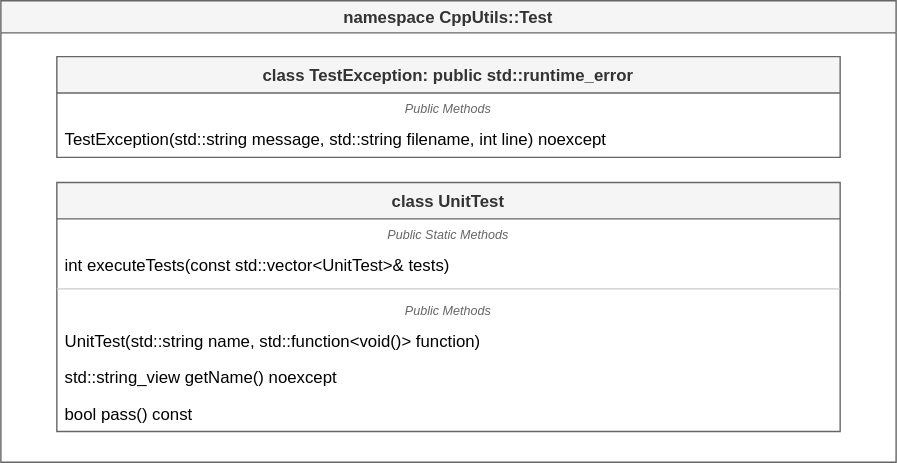
Above: Test/resources/Test.drawio.svg in MorganCaron/CppUtils (draw.io), before the change. Source tidied: cells renumbered, new cells last; positions are measured from the earlier drawing's top-left corner, leaving out a move shared by most shapes. The source it was exported from:
```xml
<mxGraphModel>
  <root>
    <mxCell id="0" />
    <mxCell id="1" parent="0" />
    <mxCell id="2" value="namespace CppUtils::Test" style="swimlane;swimlaneFillColor=#ffffff;labelBackgroundColor=none;fillColor=#f5f5f5;strokeColor=#666666;fontColor=#333333;" parent="1" vertex="1">
      <mxGeometry width="640" height="330" as="geometry" />
    </mxCell>
    <mxCell id="3" value="class TestException: public std::runtime_error" style="swimlane;fontStyle=1;align=center;verticalAlign=top;horizontal=1;startSize=26;swimlaneFillColor=#ffffff;shadow=0;glass=0;swimlaneLine=1;rounded=0;comic=0;labelBackgroundColor=none;fillColor=#f5f5f5;strokeColor=#666666;fontColor=#333333;" parent="2" vertex="1">
      <mxGeometry x="40" y="40" width="560" height="72" as="geometry" />
    </mxCell>
    <mxCell id="4" value="Public Methods" style="text;strokeColor=none;fillColor=none;align=center;verticalAlign=top;spacingLeft=4;spacingRight=4;overflow=hidden;fontStyle=2;fontSize=9;fontColor=#666666;spacing=2;" parent="3" vertex="1">
      <mxGeometry y="26" width="560" height="20" as="geometry" />
    </mxCell>
    <mxCell id="5" value="TestException(std::string message, std::string filename, int line) noexcept" style="text;strokeColor=none;fillColor=none;align=left;verticalAlign=top;spacingLeft=4;spacingRight=4;overflow=hidden;fontColor=#000000;" parent="3" vertex="1">
      <mxGeometry y="46" width="560" height="26" as="geometry" />
    </mxCell>
    <mxCell id="6" value="class UnitTest" style="swimlane;fontStyle=1;align=center;verticalAlign=top;horizontal=1;startSize=26;swimlaneFillColor=#ffffff;shadow=0;glass=0;swimlaneLine=1;rounded=0;comic=0;labelBackgroundColor=none;fillColor=#f5f5f5;strokeColor=#666666;fontColor=#333333;" parent="2" vertex="1">
      <mxGeometry x="40" y="130" width="560" height="178" as="geometry" />
    </mxCell>
    <mxCell id="7" value="Public Static Methods" style="text;strokeColor=none;fillColor=none;align=center;verticalAlign=top;spacingLeft=4;spacingRight=4;overflow=hidden;fontStyle=2;fontSize=9;fontColor=#666666;spacing=2;" parent="6" vertex="1">
      <mxGeometry y="26" width="560" height="20" as="geometry" />
    </mxCell>
    <mxCell id="8" value="int executeTests(const std::vector&lt;UnitTest&gt;&amp; tests)" style="text;strokeColor=none;fillColor=none;align=left;verticalAlign=top;spacingLeft=4;spacingRight=4;overflow=hidden;fontColor=#000000;" parent="6" vertex="1">
      <mxGeometry y="46" width="560" height="26" as="geometry" />
    </mxCell>
    <mxCell id="9" style="line;strokeWidth=1;fillColor=none;align=left;verticalAlign=middle;spacingTop=-1;spacingLeft=3;spacingRight=3;labelPosition=right;strokeColor=#CCCCCC;" parent="6" vertex="1">
      <mxGeometry y="72" width="560" height="8" as="geometry" />
    </mxCell>
    <mxCell id="10" value="Public Methods" style="text;strokeColor=none;fillColor=none;align=center;verticalAlign=top;spacingLeft=4;spacingRight=4;overflow=hidden;fontStyle=2;fontSize=9;fontColor=#666666;spacing=2;" parent="6" vertex="1">
      <mxGeometry y="80" width="560" height="20" as="geometry" />
    </mxCell>
    <mxCell id="11" value="UnitTest(std::string name, std::function&lt;void()&gt; function)" style="text;strokeColor=none;fillColor=none;align=left;verticalAlign=top;spacingLeft=4;spacingRight=4;overflow=hidden;fontColor=#000000;" parent="6" vertex="1">
      <mxGeometry y="100" width="560" height="26" as="geometry" />
    </mxCell>
    <mxCell id="12" value="std::string_view getName() noexcept" style="text;strokeColor=none;fillColor=none;align=left;verticalAlign=top;spacingLeft=4;spacingRight=4;overflow=hidden;fontColor=#000000;" parent="6" vertex="1">
      <mxGeometry y="126" width="560" height="26" as="geometry" />
    </mxCell>
    <mxCell id="13" value="bool pass() const" style="text;strokeColor=none;fillColor=none;align=left;verticalAlign=top;spacingLeft=4;spacingRight=4;overflow=hidden;fontColor=#000000;" parent="6" vertex="1">
      <mxGeometry y="152" width="560" height="26" as="geometry" />
    </mxCell>
  </root>
</mxGraphModel>
```
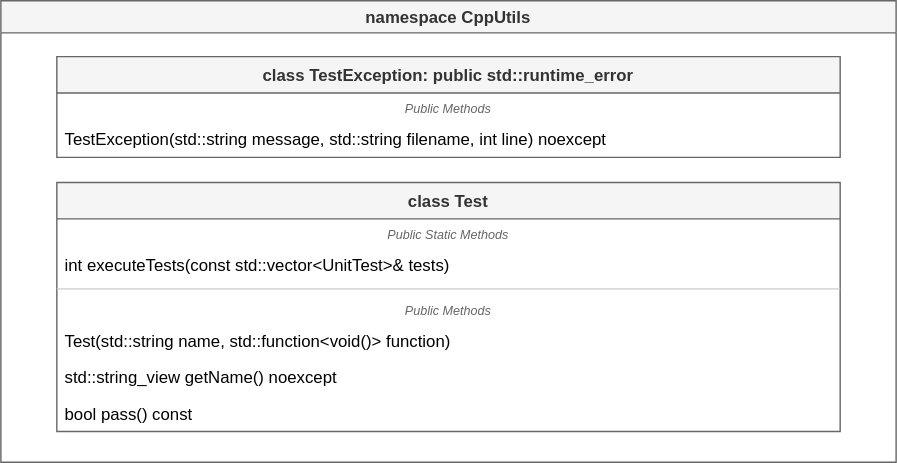
After the change.

What changed in the source:
```diff
@@ -2,7 +2,7 @@
   <root>
     <mxCell id="0" />
     <mxCell id="1" parent="0" />
-    <mxCell id="2" value="namespace CppUtils::Test" style="swimlane;swimlaneFillColor=#ffffff;labelBackgroundColor=none;fillColor=#f5f5f5;strokeColor=#666666;fontColor=#333333;" parent="1" vertex="1">
+    <mxCell id="2" value="namespace CppUtils" style="swimlane;swimlaneFillColor=#ffffff;labelBackgroundColor=none;fillColor=#f5f5f5;strokeColor=#666666;fontColor=#333333;" parent="1" vertex="1">
       <mxGeometry width="640" height="330" as="geometry" />
     </mxCell>
     <mxCell id="3" value="class TestException: public std::runtime_error" style="swimlane;fontStyle=1;align=center;verticalAlign=top;horizontal=1;startSize=26;swimlaneFillColor=#ffffff;shadow=0;glass=0;swimlaneLine=1;rounded=0;comic=0;labelBackgroundColor=none;fillColor=#f5f5f5;strokeColor=#666666;fontColor=#333333;" parent="2" vertex="1">
@@ -14,7 +14,7 @@
     <mxCell id="5" value="TestException(std::string message, std::string filename, int line) noexcept" style="text;strokeColor=none;fillColor=none;align=left;verticalAlign=top;spacingLeft=4;spacingRight=4;overflow=hidden;fontColor=#000000;" parent="3" vertex="1">
       <mxGeometry y="46" width="560" height="26" as="geometry" />
     </mxCell>
-    <mxCell id="6" value="class UnitTest" style="swimlane;fontStyle=1;align=center;verticalAlign=top;horizontal=1;startSize=26;swimlaneFillColor=#ffffff;shadow=0;glass=0;swimlaneLine=1;rounded=0;comic=0;labelBackgroundColor=none;fillColor=#f5f5f5;strokeColor=#666666;fontColor=#333333;" parent="2" vertex="1">
+    <mxCell id="6" value="class Test" style="swimlane;fontStyle=1;align=center;verticalAlign=top;horizontal=1;startSize=26;swimlaneFillColor=#ffffff;shadow=0;glass=0;swimlaneLine=1;rounded=0;comic=0;labelBackgroundColor=none;fillColor=#f5f5f5;strokeColor=#666666;fontColor=#333333;" parent="2" vertex="1">
       <mxGeometry x="40" y="130" width="560" height="178" as="geometry" />
     </mxCell>
     <mxCell id="7" value="Public Static Methods" style="text;strokeColor=none;fillColor=none;align=center;verticalAlign=top;spacingLeft=4;spacingRight=4;overflow=hidden;fontStyle=2;fontSize=9;fontColor=#666666;spacing=2;" parent="6" vertex="1">
@@ -29,7 +29,7 @@
     <mxCell id="10" value="Public Methods" style="text;strokeColor=none;fillColor=none;align=center;verticalAlign=top;spacingLeft=4;spacingRight=4;overflow=hidden;fontStyle=2;fontSize=9;fontColor=#666666;spacing=2;" parent="6" vertex="1">
       <mxGeometry y="80" width="560" height="20" as="geometry" />
     </mxCell>
-    <mxCell id="11" value="UnitTest(std::string name, std::function&lt;void()&gt; function)" style="text;strokeColor=none;fillColor=none;align=left;verticalAlign=top;spacingLeft=4;spacingRight=4;overflow=hidden;fontColor=#000000;" parent="6" vertex="1">
+    <mxCell id="11" value="Test(std::string name, std::function&lt;void()&gt; function)" style="text;strokeColor=none;fillColor=none;align=left;verticalAlign=top;spacingLeft=4;spacingRight=4;overflow=hidden;fontColor=#000000;" parent="6" vertex="1">
       <mxGeometry y="100" width="560" height="26" as="geometry" />
     </mxCell>
     <mxCell id="12" value="std::string_view getName() noexcept" style="text;strokeColor=none;fillColor=none;align=left;verticalAlign=top;spacingLeft=4;spacingRight=4;overflow=hidden;fontColor=#000000;" parent="6" vertex="1">
```
